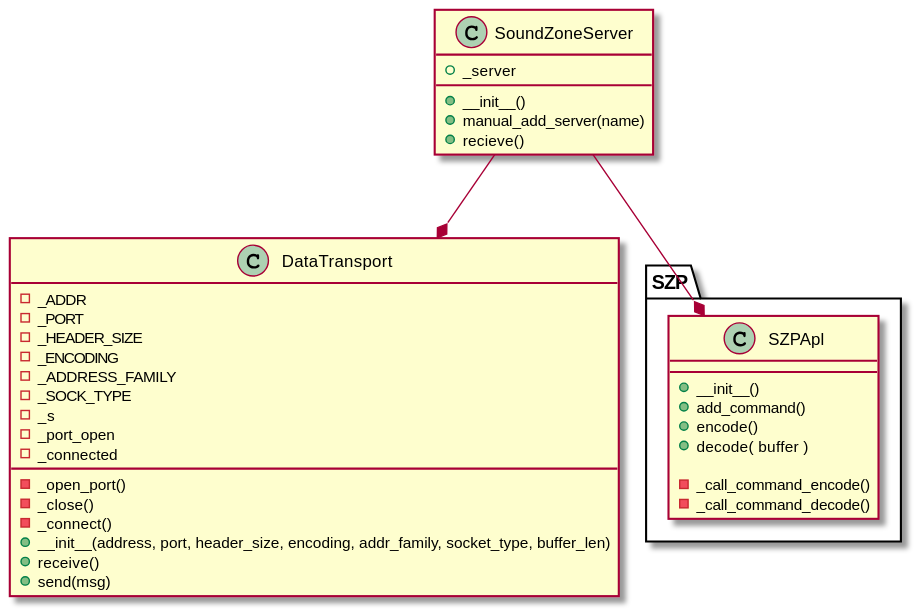
Above: Client/soundzone_client/diagrams/class_diagram.svg in NielsDyrberg/Wireless_sound_zones (PlantUML), before the change. The source it was exported from:
```plantuml
@startuml class_diagram

SoundZoneServer --* DataTransport

package "SZP" {
    SoundZoneServer --* SZPApl
}


class SoundZoneServer {
    + _server

    + __init__()
    + manual_add_server(name)
    + recieve()
}

class SZPApl {
    + __init__()
    + add_command()
    + encode()
    + decode( buffer )

    - _call_command_encode()
    - _call_command_decode()
}

class DataTransport {
    - _ADDR
    - _PORT
    - _HEADER_SIZE
    - _ENCODING
    - _ADDRESS_FAMILY
    - _SOCK_TYPE
    - _s
    - _port_open
    - _connected

    - _open_port()
    - _close()
    - _connect()
    + __init__(address, port, header_size, encoding, addr_family, socket_type, buffer_len)
    + receive()
    + send(msg)

}

@enduml
```
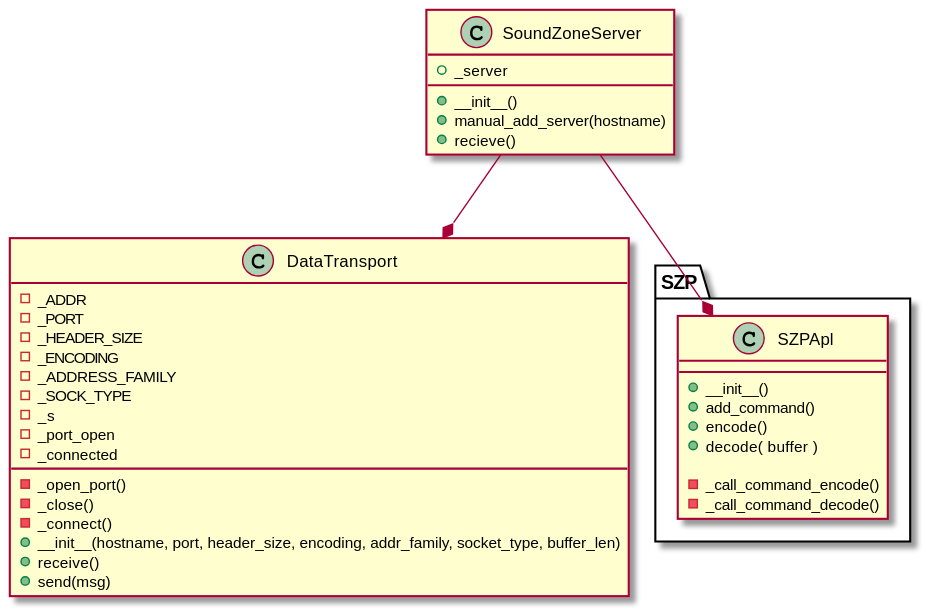
After the change.

What changed in the source:
```diff
@@ -11,7 +11,7 @@
     + _server
 
     + __init__()
-    + manual_add_server(name)
+    + manual_add_server(hostname)
     + recieve()
 }
 
@@ -39,7 +39,7 @@
     - _open_port()
     - _close()
     - _connect()
-    + __init__(address, port, header_size, encoding, addr_family, socket_type, buffer_len)
+    + __init__(hostname, port, header_size, encoding, addr_family, socket_type, buffer_len)
     + receive()
     + send(msg)
 
```
